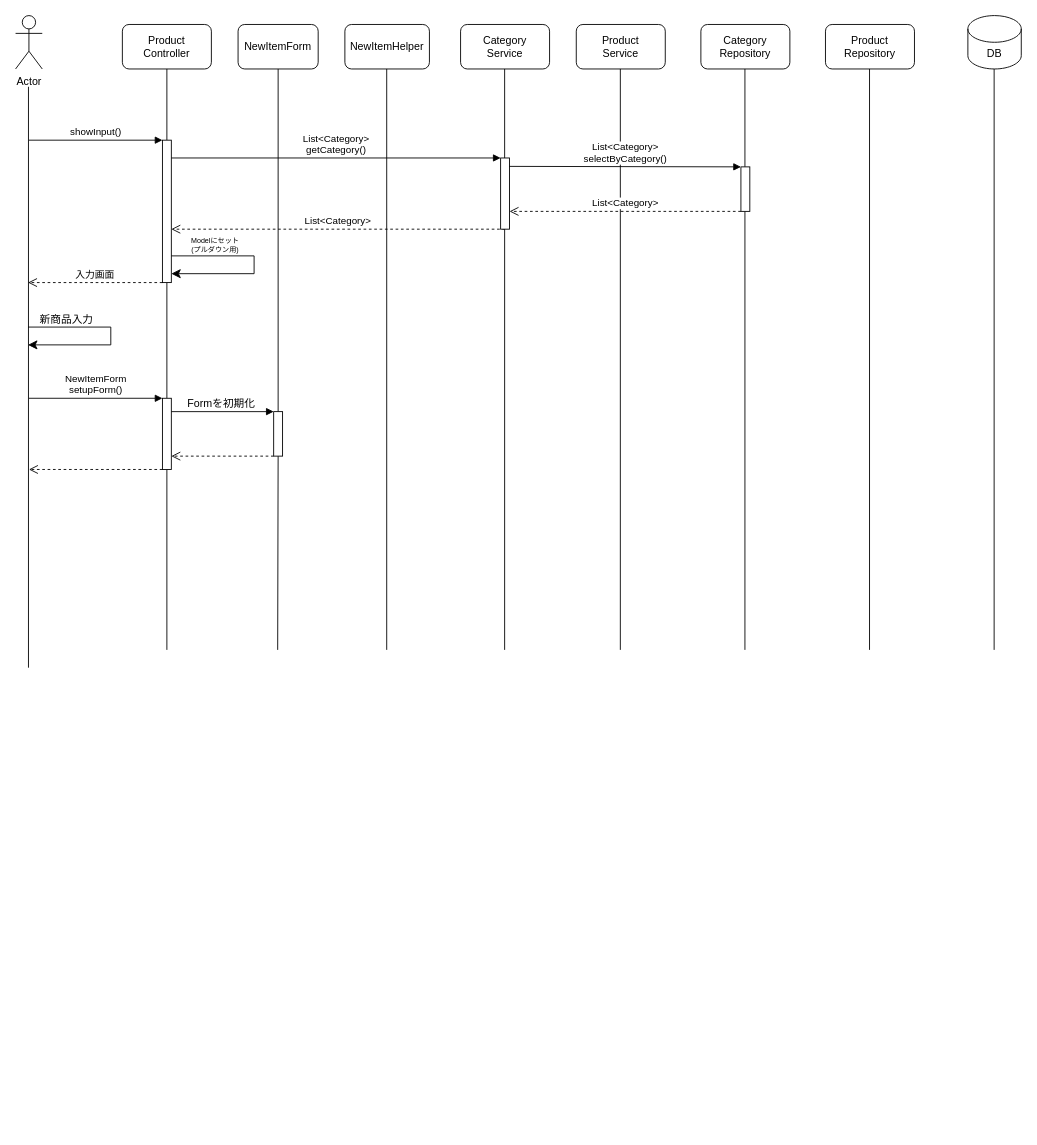
Above: plan/uml/sequence/UC010.dio in NstecEmp-024/team-dev-spring-boot-ec (draw.io), before the change. Source tidied: cells renumbered, new cells numbered last; positions are measured from the earlier drawing's top-left corner, leaving out a move shared by most shapes. Both pictures are drawn from the tidied source at 89%, with x=0, y=0 at pixel (15, 15).
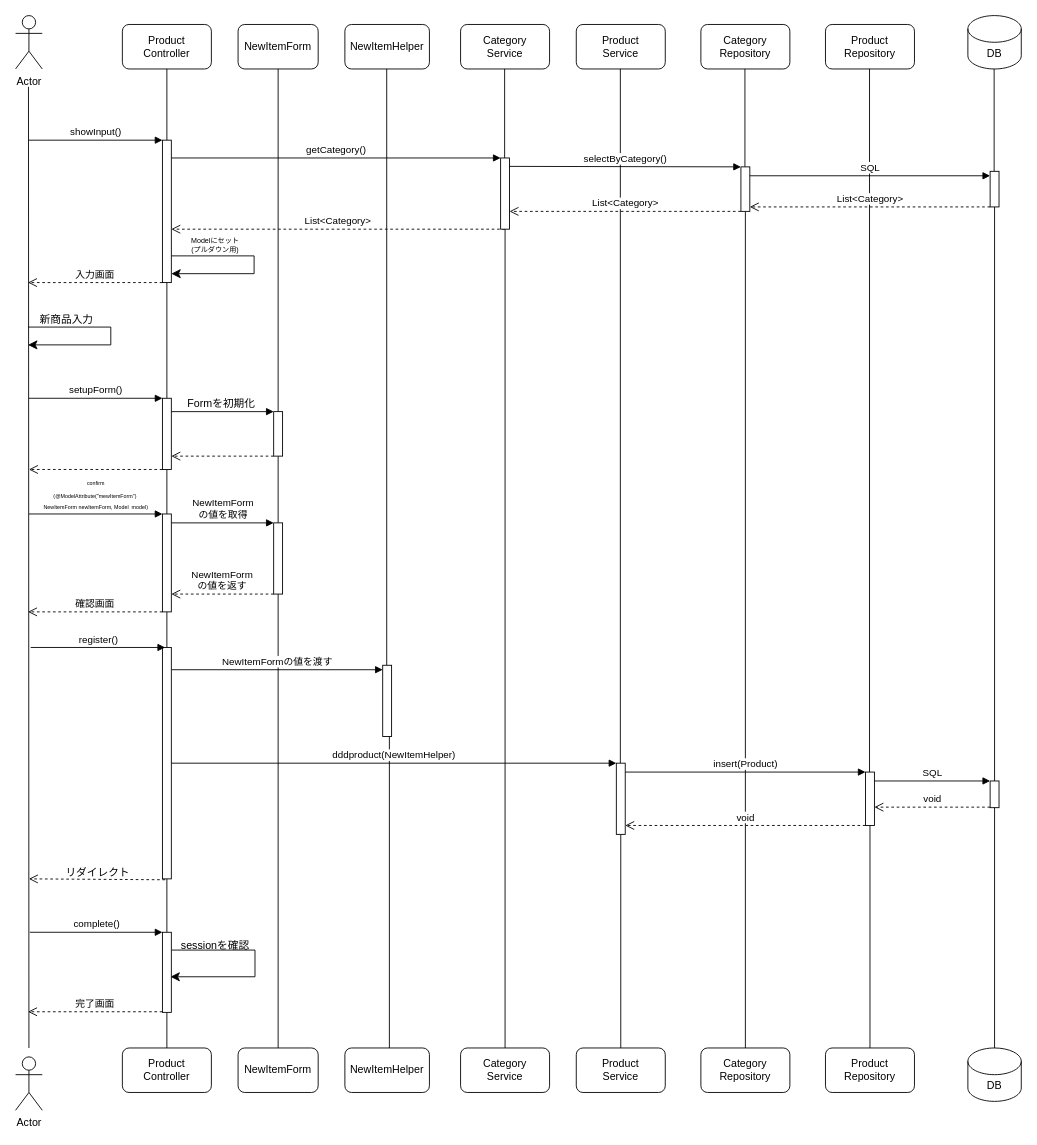
Above is the later version.

Unchanged cells that the change refers to:
```xml
<mxCell id="20" style="html=1;points=[[0,0,0,0,5],[0,1,0,0,-5],[1,0,0,0,5],[1,1,0,0,-5]];perimeter=orthogonalPerimeter;outlineConnect=0;targetShapes=umlLifeline;portConstraint=eastwest;newEdgeStyle={&quot;curved&quot;:0,&quot;rounded&quot;:0};" parent="1" vertex="1">
  <mxGeometry x="165" y="140" width="10" height="160" as="geometry" />
</mxCell>
<mxCell id="26" style="html=1;points=[[0,0,0,0,5],[0,1,0,0,-5],[1,0,0,0,5],[1,1,0,0,-5]];perimeter=orthogonalPerimeter;outlineConnect=0;targetShapes=umlLifeline;portConstraint=eastwest;newEdgeStyle={&quot;curved&quot;:0,&quot;rounded&quot;:0};" parent="1" vertex="1">
  <mxGeometry x="545" y="160" width="10" height="80" as="geometry" />
</mxCell>
<mxCell id="28" style="html=1;points=[[0,0,0,0,5],[0,1,0,0,-5],[1,0,0,0,5],[1,1,0,0,-5]];perimeter=orthogonalPerimeter;outlineConnect=0;targetShapes=umlLifeline;portConstraint=eastwest;newEdgeStyle={&quot;curved&quot;:0,&quot;rounded&quot;:0};" parent="1" vertex="1">
  <mxGeometry x="815" y="170" width="10" height="50" as="geometry" />
</mxCell>
<mxCell id="38" style="html=1;points=[[0,0,0,0,5],[0,1,0,0,-5],[1,0,0,0,5],[1,1,0,0,-5]];perimeter=orthogonalPerimeter;outlineConnect=0;targetShapes=umlLifeline;portConstraint=eastwest;newEdgeStyle={&quot;curved&quot;:0,&quot;rounded&quot;:0};" parent="1" vertex="1">
  <mxGeometry x="165" y="430" width="10" height="80" as="geometry" />
</mxCell>
<mxCell id="40" style="html=1;points=[[0,0,0,0,5],[0,1,0,0,-5],[1,0,0,0,5],[1,1,0,0,-5]];perimeter=orthogonalPerimeter;outlineConnect=0;targetShapes=umlLifeline;portConstraint=eastwest;newEdgeStyle={&quot;curved&quot;:0,&quot;rounded&quot;:0};" parent="1" vertex="1">
  <mxGeometry x="290" y="445" width="10" height="50" as="geometry" />
</mxCell>
```

Diff of the diagram source:
```diff
@@
     <mxCell id="11" style="endArrow=none;html=1;" parent="1" edge="1">
       <mxGeometry relative="1" as="geometry">
-        <mxPoint x="14.5" y="732.7" as="sourcePoint" />
+        <mxPoint x="15" y="1160" as="sourcePoint" />
         <mxPoint x="14.5" y="80" as="targetPoint" />
       </mxGeometry>
     </mxCell>
@@
-    <mxCell id="13" style="endArrow=none;html=1;" parent="1" edge="1">
+    <mxCell id="13" style="endArrow=none;html=1;" parent="1" edge="1" source="57">
       <mxGeometry relative="1" as="geometry">
-        <mxPoint x="417" y="712.7" as="sourcePoint" />
         <mxPoint x="417" y="60" as="targetPoint" />
       </mxGeometry>
     </mxCell>
@@
-    <mxCell id="15" style="endArrow=none;html=1;" parent="1" edge="1">
+    <mxCell id="15" style="endArrow=none;html=1;" parent="1" edge="1" source="60">
       <mxGeometry relative="1" as="geometry">
-        <mxPoint x="679.5" y="712.7" as="sourcePoint" />
         <mxPoint x="679.5" y="60" as="targetPoint" />
       </mxGeometry>
     </mxCell>
@@
-    <mxCell id="17" style="endArrow=none;html=1;" parent="1" edge="1">
+    <mxCell id="17" style="endArrow=none;html=1;" parent="1" edge="1" source="62">
       <mxGeometry relative="1" as="geometry">
-        <mxPoint x="959.5" y="712.7" as="sourcePoint" />
         <mxPoint x="959.5" y="60" as="targetPoint" />
       </mxGeometry>
     </mxCell>
-    <mxCell id="18" style="endArrow=none;html=1;" parent="1" edge="1">
+    <mxCell id="18" style="endArrow=none;html=1;" parent="1" edge="1" source="70">
       <mxGeometry relative="1" as="geometry">
-        <mxPoint x="1099.5" y="712.7" as="sourcePoint" />
         <mxPoint x="1099.5" y="60" as="targetPoint" />
       </mxGeometry>
     </mxCell>
@@
-    <mxCell id="22" value="List&amp;lt;Category&amp;gt;&lt;div&gt;getCategory()&lt;/div&gt;" style="html=1;verticalAlign=bottom;endArrow=block;curved=0;rounded=0;" parent="1" edge="1" source="20">
+    <mxCell id="22" value="&lt;br&gt;&lt;div&gt;getCategory()&lt;/div&gt;" style="html=1;verticalAlign=bottom;endArrow=block;curved=0;rounded=0;" parent="1" edge="1" source="20">
       <mxGeometry relative="1" as="geometry">
         <mxPoint x="545" y="160" as="targetPoint" />
       </mxGeometry>
     </mxCell>
@@
     <mxCell id="25" style="endArrow=none;html=1;" parent="1" edge="1" target="26">
       <mxGeometry relative="1" as="geometry">
-        <mxPoint x="549.5" y="712.7" as="sourcePoint" />
+        <mxPoint x="550" y="1160" as="sourcePoint" />
       </mxGeometry>
     </mxCell>
@@
     <mxCell id="27" style="endArrow=none;html=1;" parent="1" edge="1" target="28">
       <mxGeometry relative="1" as="geometry">
-        <mxPoint x="819.5" y="712.7" as="sourcePoint" />
+        <mxPoint x="820" y="1160" as="sourcePoint" />
       </mxGeometry>
     </mxCell>
@@
-    <mxCell id="29" value="List&amp;lt;Category&amp;gt;&lt;div&gt;selectByCategory()&lt;/div&gt;" style="html=1;verticalAlign=bottom;endArrow=block;curved=0;rounded=0;exitX=0.983;exitY=0.118;exitDx=0;exitDy=0;exitPerimeter=0;" parent="1" edge="1" source="26" target="28">
+    <mxCell id="29" value="&lt;div&gt;selectByCategory()&lt;/div&gt;" style="html=1;verticalAlign=bottom;endArrow=block;curved=0;rounded=0;exitX=0.983;exitY=0.118;exitDx=0;exitDy=0;exitPerimeter=0;" parent="1" edge="1" source="26" target="28">
       <mxGeometry relative="1" as="geometry" />
     </mxCell>
@@
-    <mxCell id="36" value="&lt;div&gt;NewItemForm&lt;/div&gt;setupForm()" style="html=1;verticalAlign=bottom;endArrow=block;curved=0;rounded=0;" parent="1" edge="1" target="38">
+    <mxCell id="36" value="&lt;div&gt;&lt;span style=&quot;background-color: light-dark(#ffffff, var(--ge-dark-color, #121212));&quot;&gt;setupForm()&lt;/span&gt;&lt;/div&gt;" style="html=1;verticalAlign=bottom;endArrow=block;curved=0;rounded=0;" parent="1" edge="1" target="38">
       <mxGeometry relative="1" as="geometry">
         <mxPoint x="15" y="430" as="sourcePoint" />
       </mxGeometry>
     </mxCell>
-    <mxCell id="37" style="endArrow=none;html=1;" parent="1" edge="1" target="38">
-      <mxGeometry relative="1" as="geometry">
-        <mxPoint x="170" y="712.7" as="sourcePoint" />
-      </mxGeometry>
+    <mxCell id="37" style="endArrow=none;html=1;" parent="1" edge="1" source="54" target="38">
+      <mxGeometry relative="1" as="geometry" />
     </mxCell>
@@
-    <mxCell id="39" style="endArrow=none;html=1;entryX=0.5;entryY=1;entryDx=0;entryDy=0;" parent="1" edge="1" target="40">
-      <mxGeometry relative="1" as="geometry">
-        <mxPoint x="294.5" y="712.7" as="sourcePoint" />
-      </mxGeometry>
+    <mxCell id="39" style="endArrow=none;html=1;entryX=0.5;entryY=1;entryDx=0;entryDy=0;" parent="1" edge="1" source="48" target="40">
+      <mxGeometry relative="1" as="geometry" />
     </mxCell>
@@
+    <mxCell id="45" value="&lt;font style=&quot;font-size: 6px;&quot;&gt;confirm&lt;/font&gt;&lt;div&gt;&lt;font style=&quot;font-size: 6px;&quot;&gt;(@ModelAttribute(&quot;mewItemForm&quot;)&amp;nbsp;&lt;/font&gt;&lt;/div&gt;&lt;div&gt;&lt;font style=&quot;font-size: 6px;&quot;&gt;NewItemForm newItemForm,&amp;nbsp;&lt;/font&gt;&lt;span style=&quot;font-size: 6px; background-color: light-dark(#ffffff, var(--ge-dark-color, #121212));&quot;&gt;Model&amp;nbsp; model)&lt;/span&gt;&lt;/div&gt;" style="html=1;verticalAlign=bottom;endArrow=block;curved=0;rounded=0;" parent="1" edge="1" target="46">
+      <mxGeometry relative="1" as="geometry">
+        <mxPoint x="15" y="560" as="sourcePoint" />
+      </mxGeometry>
+    </mxCell>
+    <mxCell id="46" style="html=1;points=[[0,0,0,0,5],[0,1,0,0,-5],[1,0,0,0,5],[1,1,0,0,-5]];perimeter=orthogonalPerimeter;outlineConnect=0;targetShapes=umlLifeline;portConstraint=eastwest;newEdgeStyle={&quot;curved&quot;:0,&quot;rounded&quot;:0};" parent="1" vertex="1">
+      <mxGeometry x="165" y="560" width="10" height="110" as="geometry" />
+    </mxCell>
+    <mxCell id="47" style="endArrow=none;html=1;entryX=0.5;entryY=1;entryDx=0;entryDy=0;" parent="1" edge="1" target="48">
+      <mxGeometry relative="1" as="geometry">
+        <mxPoint x="295" y="1160" as="sourcePoint" />
+      </mxGeometry>
+    </mxCell>
+    <mxCell id="48" style="html=1;points=[[0,0,0,0,5],[0,1,0,0,-5],[1,0,0,0,5],[1,1,0,0,-5]];perimeter=orthogonalPerimeter;outlineConnect=0;targetShapes=umlLifeline;portConstraint=eastwest;newEdgeStyle={&quot;curved&quot;:0,&quot;rounded&quot;:0};" parent="1" vertex="1">
+      <mxGeometry x="290" y="570" width="10" height="80" as="geometry" />
+    </mxCell>
+    <mxCell id="49" value="NewItemForm&lt;div&gt;の値を取得&lt;/div&gt;" style="html=1;verticalAlign=bottom;endArrow=block;curved=0;rounded=0;entryX=0;entryY=0;entryDx=0;entryDy=5;entryPerimeter=0;" parent="1" edge="1">
+      <mxGeometry relative="1" as="geometry">
+        <mxPoint x="175" y="570" as="sourcePoint" />
+        <mxPoint x="290" y="570" as="targetPoint" />
+      </mxGeometry>
+    </mxCell>
+    <mxCell id="50" value="NewItemForm&lt;div&gt;の値を返す&lt;/div&gt;" style="html=1;verticalAlign=bottom;endArrow=open;dashed=1;endSize=8;curved=0;rounded=0;exitX=0;exitY=1;exitDx=0;exitDy=-5;exitPerimeter=0;" parent="1" edge="1">
+      <mxGeometry relative="1" as="geometry">
+        <mxPoint x="290" y="650" as="sourcePoint" />
+        <mxPoint x="175" y="650" as="targetPoint" />
+      </mxGeometry>
+    </mxCell>
+    <mxCell id="51" value="確認画面" style="html=1;verticalAlign=bottom;endArrow=open;dashed=1;endSize=8;curved=0;rounded=0;" parent="1" edge="1" source="46">
+      <mxGeometry relative="1" as="geometry">
+        <mxPoint x="14" y="670" as="targetPoint" />
+      </mxGeometry>
+    </mxCell>
+    <mxCell id="52" value="NewItemFormの値を渡す" style="html=1;verticalAlign=bottom;endArrow=block;curved=0;rounded=0;entryX=0;entryY=0;entryDx=0;entryDy=5;entryPerimeter=0;" parent="1" edge="1" source="54" target="57">
+      <mxGeometry relative="1" as="geometry" />
+    </mxCell>
+    <mxCell id="53" style="endArrow=none;html=1;" parent="1" edge="1" source="68" target="54">
+      <mxGeometry relative="1" as="geometry" />
+    </mxCell>
+    <mxCell id="54" style="html=1;points=[[0,0,0,0,5],[0,1,0,0,-5],[1,0,0,0,5],[1,1,0,0,-5]];perimeter=orthogonalPerimeter;outlineConnect=0;targetShapes=umlLifeline;portConstraint=eastwest;newEdgeStyle={&quot;curved&quot;:0,&quot;rounded&quot;:0};" parent="1" vertex="1">
+      <mxGeometry x="165" y="710" width="10" height="260" as="geometry" />
+    </mxCell>
+    <mxCell id="55" value="register()" style="html=1;verticalAlign=bottom;endArrow=block;curved=0;rounded=0;entryX=0;entryY=0;entryDx=0;entryDy=5;entryPerimeter=0;" parent="1" edge="1">
+      <mxGeometry relative="1" as="geometry">
+        <mxPoint x="17" y="710" as="sourcePoint" />
+        <mxPoint x="168" y="710" as="targetPoint" />
+      </mxGeometry>
+    </mxCell>
+    <mxCell id="56" style="endArrow=none;html=1;" parent="1" edge="1" target="57">
+      <mxGeometry relative="1" as="geometry">
+        <mxPoint x="420" y="1160" as="sourcePoint" />
+      </mxGeometry>
+    </mxCell>
+    <mxCell id="57" style="html=1;points=[[0,0,0,0,5],[0,1,0,0,-5],[1,0,0,0,5],[1,1,0,0,-5]];perimeter=orthogonalPerimeter;outlineConnect=0;targetShapes=umlLifeline;portConstraint=eastwest;newEdgeStyle={&quot;curved&quot;:0,&quot;rounded&quot;:0};" parent="1" vertex="1">
+      <mxGeometry x="412.5" y="730" width="10" height="80" as="geometry" />
+    </mxCell>
+    <mxCell id="58" value="dddproduct(NewItemHelper)" style="html=1;verticalAlign=bottom;endArrow=block;curved=0;rounded=0;" parent="1" edge="1" source="54" target="60">
+      <mxGeometry relative="1" as="geometry" />
+    </mxCell>
+    <mxCell id="59" style="endArrow=none;html=1;" parent="1" edge="1" target="60">
+      <mxGeometry relative="1" as="geometry">
+        <mxPoint x="680" y="1160" as="sourcePoint" />
+      </mxGeometry>
+    </mxCell>
+    <mxCell id="60" style="html=1;points=[[0,0,0,0,5],[0,1,0,0,-5],[1,0,0,0,5],[1,1,0,0,-5]];perimeter=orthogonalPerimeter;outlineConnect=0;targetShapes=umlLifeline;portConstraint=eastwest;newEdgeStyle={&quot;curved&quot;:0,&quot;rounded&quot;:0};" parent="1" vertex="1">
+      <mxGeometry x="675" y="840" width="10" height="80" as="geometry" />
+    </mxCell>
+    <mxCell id="61" style="endArrow=none;html=1;" parent="1" edge="1" target="62">
+      <mxGeometry relative="1" as="geometry">
+        <mxPoint x="960" y="1160" as="sourcePoint" />
+      </mxGeometry>
+    </mxCell>
+    <mxCell id="62" style="html=1;points=[[0,0,0,0,5],[0,1,0,0,-5],[1,0,0,0,5],[1,1,0,0,-5]];perimeter=orthogonalPerimeter;outlineConnect=0;targetShapes=umlLifeline;portConstraint=eastwest;newEdgeStyle={&quot;curved&quot;:0,&quot;rounded&quot;:0};" parent="1" vertex="1">
+      <mxGeometry x="955" y="850" width="10" height="60" as="geometry" />
+    </mxCell>
+    <mxCell id="63" value="insert(Product)" style="html=1;verticalAlign=bottom;endArrow=block;curved=0;rounded=0;entryX=0;entryY=0;entryDx=0;entryDy=5;entryPerimeter=0;" parent="1" edge="1">
+      <mxGeometry relative="1" as="geometry">
+        <mxPoint x="685" y="850" as="sourcePoint" />
+        <mxPoint x="955" y="850" as="targetPoint" />
+      </mxGeometry>
+    </mxCell>
+    <mxCell id="64" style="edgeStyle=segmentEdgeStyle;endArrow=classic;html=1;curved=0;rounded=0;endSize=8;startSize=8;" parent="1" edge="1">
+      <mxGeometry relative="1" as="geometry">
+        <mxPoint x="175" y="1050" as="sourcePoint" />
+        <mxPoint x="174" y="1080" as="targetPoint" />
+        <Array as="points">
+          <mxPoint x="269" y="1050" />
+          <mxPoint x="269" y="1080" />
+        </Array>
+      </mxGeometry>
+    </mxCell>
+    <mxCell id="65" value="sessionを確認" style="text;html=1;align=center;verticalAlign=middle;strokeColor=none;fillColor=none;" parent="1" vertex="1">
+      <mxGeometry x="174" y="1030" width="100" height="30" as="geometry" />
+    </mxCell>
+    <mxCell id="66" style="html=1;verticalAlign=bottom;endArrow=open;dashed=1;endSize=8;curved=0;rounded=0;exitX=0;exitY=1;exitDx=0;exitDy=-5;exitPerimeter=0;" parent="1" edge="1">
+      <mxGeometry relative="1" as="geometry">
+        <mxPoint x="168" y="971" as="sourcePoint" />
+        <mxPoint x="15" y="970" as="targetPoint" />
+      </mxGeometry>
+    </mxCell>
+    <mxCell id="67" style="endArrow=none;html=1;" parent="1" edge="1" target="68">
+      <mxGeometry relative="1" as="geometry">
+        <mxPoint x="170" y="1160" as="sourcePoint" />
+      </mxGeometry>
+    </mxCell>
+    <mxCell id="68" style="html=1;points=[[0,0,0,0,5],[0,1,0,0,-5],[1,0,0,0,5],[1,1,0,0,-5]];perimeter=orthogonalPerimeter;outlineConnect=0;targetShapes=umlLifeline;portConstraint=eastwest;newEdgeStyle={&quot;curved&quot;:0,&quot;rounded&quot;:0};" parent="1" vertex="1">
+      <mxGeometry x="165" y="1030" width="10" height="90" as="geometry" />
+    </mxCell>
+    <mxCell id="69" style="endArrow=none;html=1;" parent="1" edge="1" target="70">
+      <mxGeometry relative="1" as="geometry">
+        <mxPoint x="1100" y="1160" as="sourcePoint" />
+      </mxGeometry>
+    </mxCell>
+    <mxCell id="70" style="html=1;points=[[0,0,0,0,5],[0,1,0,0,-5],[1,0,0,0,5],[1,1,0,0,-5]];perimeter=orthogonalPerimeter;outlineConnect=0;targetShapes=umlLifeline;portConstraint=eastwest;newEdgeStyle={&quot;curved&quot;:0,&quot;rounded&quot;:0};" parent="1" vertex="1">
+      <mxGeometry x="1095" y="175" width="10" height="40" as="geometry" />
+    </mxCell>
+    <mxCell id="71" value="SQL" style="html=1;verticalAlign=bottom;endArrow=block;curved=0;rounded=0;entryX=0;entryY=0;entryDx=0;entryDy=5;entryPerimeter=0;" parent="1" edge="1" source="28" target="70">
+      <mxGeometry relative="1" as="geometry" />
+    </mxCell>
+    <mxCell id="72" value="List&amp;lt;Category&amp;gt;" style="html=1;verticalAlign=bottom;endArrow=open;dashed=1;endSize=8;curved=0;rounded=0;entryX=1;entryY=1;entryDx=0;entryDy=-5;entryPerimeter=0;" parent="1" edge="1" source="70" target="28">
+      <mxGeometry relative="1" as="geometry" />
+    </mxCell>
+    <mxCell id="73" style="html=1;perimeter=orthogonalPerimeter;targetShapes=umlLifeline;newEdgeStyle={&quot;curved&quot;:0,&quot;rounded&quot;:0};" parent="1" vertex="1">
+      <mxGeometry x="1095" y="860" width="10" height="30" as="geometry" />
+    </mxCell>
+    <mxCell id="74" value="SQL" style="html=1;verticalAlign=bottom;endArrow=block;curved=0;rounded=0;entryX=0;entryY=0;entryDx=0;entryDy=5;entryPerimeter=0;" parent="1" edge="1">
+      <mxGeometry relative="1" as="geometry">
+        <mxPoint x="965" y="860" as="sourcePoint" />
+        <mxPoint x="1095" y="860" as="targetPoint" />
+      </mxGeometry>
+    </mxCell>
+    <mxCell id="75" value="&lt;div&gt;complete()&lt;/div&gt;" style="html=1;verticalAlign=bottom;endArrow=block;curved=0;rounded=0;" parent="1" edge="1">
+      <mxGeometry relative="1" as="geometry">
+        <mxPoint x="16" y="1030" as="sourcePoint" />
+        <mxPoint x="165" y="1030" as="targetPoint" />
+      </mxGeometry>
+    </mxCell>
+    <mxCell id="76" value="完了画面" style="html=1;verticalAlign=bottom;endArrow=open;dashed=1;endSize=8;curved=0;rounded=0;" parent="1" edge="1">
+      <mxGeometry relative="1" as="geometry">
+        <mxPoint x="165" y="1119.3" as="sourcePoint" />
+        <mxPoint x="14" y="1119.3" as="targetPoint" />
+      </mxGeometry>
+    </mxCell>
+    <mxCell id="77" value="Actor" style="shape=umlActor;verticalLabelPosition=bottom;verticalAlign=top;html=1;" parent="1" vertex="1">
+      <mxGeometry y="1170" width="30" height="60" as="geometry" />
+    </mxCell>
+    <mxCell id="78" value="Product&lt;div&gt;Controller&lt;/div&gt;" style="rounded=1;whiteSpace=wrap;html=1;" parent="1" vertex="1">
+      <mxGeometry x="120" y="1160" width="100" height="50" as="geometry" />
+    </mxCell>
+    <mxCell id="79" value="NewItemForm" style="rounded=1;whiteSpace=wrap;html=1;" parent="1" vertex="1">
+      <mxGeometry x="250" y="1160" width="90" height="50" as="geometry" />
+    </mxCell>
+    <mxCell id="80" value="NewItemHelper" style="rounded=1;whiteSpace=wrap;html=1;" parent="1" vertex="1">
+      <mxGeometry x="370" y="1160" width="95" height="50" as="geometry" />
+    </mxCell>
+    <mxCell id="81" value="Category&lt;div&gt;Service&lt;/div&gt;" style="rounded=1;whiteSpace=wrap;html=1;" parent="1" vertex="1">
+      <mxGeometry x="500" y="1160" width="100" height="50" as="geometry" />
+    </mxCell>
+    <mxCell id="82" value="Product&lt;div&gt;Service&lt;/div&gt;" style="rounded=1;whiteSpace=wrap;html=1;" parent="1" vertex="1">
+      <mxGeometry x="630" y="1160" width="100" height="50" as="geometry" />
+    </mxCell>
+    <mxCell id="83" value="Category&lt;div&gt;Repository&lt;/div&gt;" style="rounded=1;whiteSpace=wrap;html=1;" parent="1" vertex="1">
+      <mxGeometry x="770" y="1160" width="100" height="50" as="geometry" />
+    </mxCell>
+    <mxCell id="84" value="Product&lt;div&gt;Repository&lt;/div&gt;" style="rounded=1;whiteSpace=wrap;html=1;" parent="1" vertex="1">
+      <mxGeometry x="910" y="1160" width="100" height="50" as="geometry" />
+    </mxCell>
+    <mxCell id="85" value="DB" style="shape=cylinder3;whiteSpace=wrap;html=1;boundedLbl=1;backgroundOutline=1;size=15;" parent="1" vertex="1">
+      <mxGeometry x="1070" y="1160" width="60" height="60" as="geometry" />
+    </mxCell>
+    <mxCell id="86" value="void" style="html=1;verticalAlign=bottom;endArrow=open;dashed=1;endSize=8;curved=0;rounded=0;exitX=0;exitY=1;exitDx=0;exitDy=-5;exitPerimeter=0;" parent="1" edge="1">
+      <mxGeometry relative="1" as="geometry">
+        <mxPoint x="1095" y="889.4" as="sourcePoint" />
+        <mxPoint x="965" y="889.4" as="targetPoint" />
+      </mxGeometry>
+    </mxCell>
+    <mxCell id="87" value="void" style="html=1;verticalAlign=bottom;endArrow=open;dashed=1;endSize=8;curved=0;rounded=0;exitX=0;exitY=1;exitDx=0;exitDy=-5;exitPerimeter=0;" parent="1" edge="1">
+      <mxGeometry relative="1" as="geometry">
+        <mxPoint x="955" y="910" as="sourcePoint" />
+        <mxPoint x="685" y="910" as="targetPoint" />
+      </mxGeometry>
+    </mxCell>
+    <mxCell id="88" value="リダイレクト" style="text;html=1;align=center;verticalAlign=middle;strokeColor=none;fillColor=none;" parent="1" vertex="1">
+      <mxGeometry x="42" y="948" width="100" height="30" as="geometry" />
+    </mxCell>
```
